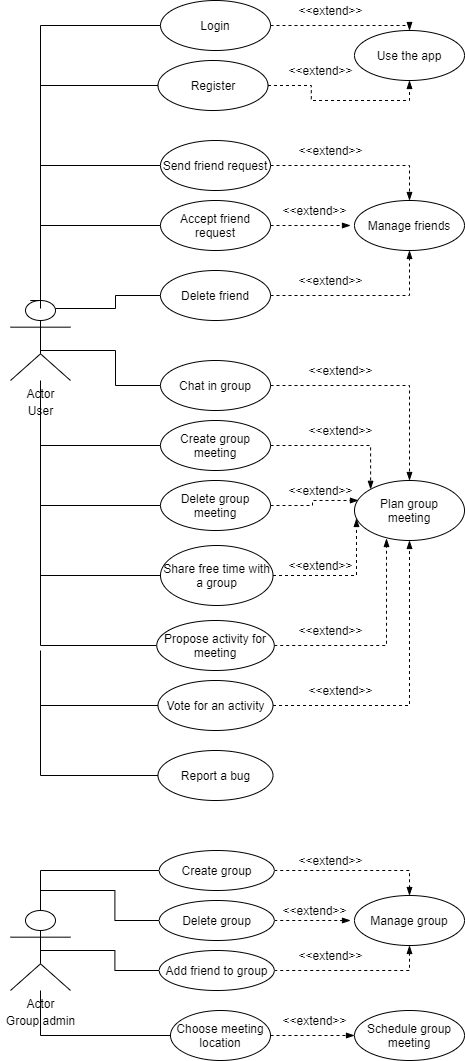
The draw.io diagram UML/uml.png in DreamUnibucTeam/FriendSync, before a commit. Source tidied: cells renumbered, new cells last; positions are measured from the earlier drawing's top-left corner, leaving out a move shared by most shapes.
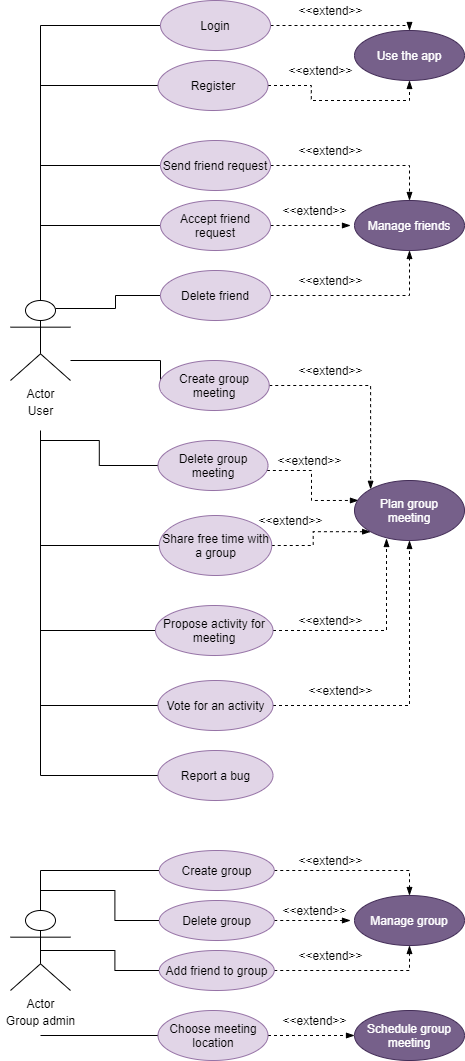
After the change.

What changed in the source:
```diff
@@ -2,11 +2,9 @@
   <root>
     <mxCell id="0" />
     <mxCell id="1" parent="0" />
-    <mxCell id="2" style="edgeStyle=orthogonalEdgeStyle;rounded=0;jettySize=auto;html=1;entryX=0;entryY=0.5;entryDx=0;entryDy=0;endArrow=none;endFill=0;" parent="1" edge="1" target="6">
+    <mxCell id="2" style="edgeStyle=orthogonalEdgeStyle;rounded=0;jettySize=auto;html=1;entryX=0;entryY=0.5;entryDx=0;entryDy=0;endArrow=none;endFill=0;exitX=0.5;exitY=0;exitDx=0;exitDy=0;exitPerimeter=0;" parent="1" edge="1" source="3" target="6">
       <mxGeometry relative="1" as="geometry">
-        <mxPoint x="30" y="300" as="sourcePoint" />
         <Array as="points">
-          <mxPoint x="40" y="300" />
           <mxPoint x="40" y="25" />
         </Array>
       </mxGeometry>
@@ -24,37 +22,32 @@
         </Array>
       </mxGeometry>
     </mxCell>
-    <mxCell id="6" value="Login" style="ellipse;whiteSpace=wrap;html=1;" parent="1" vertex="1">
+    <mxCell id="6" value="Login" style="ellipse;whiteSpace=wrap;html=1;fillColor=#e1d5e7;strokeColor=#9673a6;" parent="1" vertex="1">
       <mxGeometry x="160" width="110" height="50" as="geometry" />
     </mxCell>
     <mxCell id="7" style="edgeStyle=orthogonalEdgeStyle;rounded=0;jettySize=auto;html=1;exitX=0;exitY=0.5;exitDx=0;exitDy=0;endArrow=none;endFill=0;" parent="1" edge="1" source="9">
       <mxGeometry relative="1" as="geometry">
-        <mxPoint x="40" y="308" as="targetPoint" />
+        <mxPoint x="40" y="290" as="targetPoint" />
         <Array as="points">
           <mxPoint x="40" y="85" />
-          <mxPoint x="40" y="308" />
         </Array>
       </mxGeometry>
     </mxCell>
     <mxCell id="8" style="edgeStyle=orthogonalEdgeStyle;rounded=0;jettySize=auto;html=1;entryX=0.5;entryY=1;entryDx=0;entryDy=0;dashed=1;startArrow=none;startFill=0;endArrow=blockThin;endFill=1;" parent="1" edge="1" source="9" target="19">
       <mxGeometry relative="1" as="geometry" />
     </mxCell>
-    <mxCell id="9" value="Register" style="ellipse;whiteSpace=wrap;html=1;" parent="1" vertex="1">
+    <mxCell id="9" value="Register" style="ellipse;whiteSpace=wrap;html=1;fillColor=#e1d5e7;strokeColor=#9673a6;" parent="1" vertex="1">
       <mxGeometry x="157.5" y="60" width="110" height="50" as="geometry" />
     </mxCell>
-    <mxCell id="10" style="edgeStyle=orthogonalEdgeStyle;rounded=0;jettySize=auto;html=1;exitX=0;exitY=0.5;exitDx=0;exitDy=0;endArrow=none;endFill=0;" parent="1" edge="1" source="12">
-      <mxGeometry relative="1" as="geometry">
-        <mxPoint x="30" y="300" as="targetPoint" />
-        <Array as="points">
-          <mxPoint x="40" y="165" />
-          <mxPoint x="40" y="300" />
-        </Array>
-      </mxGeometry>
-    </mxCell>
     <mxCell id="11" style="edgeStyle=orthogonalEdgeStyle;rounded=0;jettySize=auto;html=1;entryX=0.5;entryY=0;entryDx=0;entryDy=0;dashed=1;startArrow=none;startFill=0;endArrow=blockThin;endFill=1;" parent="1" edge="1" source="12" target="20">
       <mxGeometry relative="1" as="geometry" />
     </mxCell>
+    <mxCell id="73" style="edgeStyle=orthogonalEdgeStyle;rounded=0;jettySize=auto;html=1;exitX=0;exitY=0.5;exitDx=0;exitDy=0;endArrow=none;endFill=0;" parent="1" edge="1" source="12">
+      <mxGeometry relative="1" as="geometry">
+        <mxPoint x="40" y="165" as="targetPoint" />
+      </mxGeometry>
+    </mxCell>
-    <mxCell id="12" value="Send friend request" style="ellipse;whiteSpace=wrap;html=1;" parent="1" vertex="1">
+    <mxCell id="12" value="Send friend request" style="ellipse;whiteSpace=wrap;html=1;fillColor=#e1d5e7;strokeColor=#9673a6;" parent="1" vertex="1">
       <mxGeometry x="160" y="140" width="110" height="50" as="geometry" />
     </mxCell>
     <mxCell id="13" style="edgeStyle=orthogonalEdgeStyle;rounded=0;jettySize=auto;html=1;exitX=0;exitY=0.5;exitDx=0;exitDy=0;entryX=0.5;entryY=0;entryDx=0;entryDy=0;entryPerimeter=0;endArrow=none;endFill=0;" parent="1" edge="1" source="15" target="3">
@@ -65,7 +58,7 @@
         <mxPoint x="350" y="225" as="targetPoint" />
       </mxGeometry>
     </mxCell>
-    <mxCell id="15" value="Accept friend request" style="ellipse;whiteSpace=wrap;html=1;" parent="1" vertex="1">
+    <mxCell id="15" value="Accept friend request" style="ellipse;whiteSpace=wrap;html=1;fillColor=#e1d5e7;strokeColor=#9673a6;" parent="1" vertex="1">
       <mxGeometry x="160" y="200" width="110" height="50" as="geometry" />
     </mxCell>
     <mxCell id="16" style="edgeStyle=orthogonalEdgeStyle;rounded=0;jettySize=auto;html=1;exitX=0;exitY=0.5;exitDx=0;exitDy=0;entryX=0.75;entryY=0.1;entryDx=0;entryDy=0;entryPerimeter=0;endArrow=none;endFill=0;" parent="1" edge="1" source="18" target="3">
@@ -74,43 +67,39 @@
     <mxCell id="17" style="edgeStyle=orthogonalEdgeStyle;rounded=0;jettySize=auto;html=1;entryX=0.5;entryY=1;entryDx=0;entryDy=0;dashed=1;startArrow=none;startFill=0;endArrow=blockThin;endFill=1;" parent="1" edge="1" source="18" target="20">
       <mxGeometry relative="1" as="geometry" />
     </mxCell>
-    <mxCell id="18" value="Delete friend" style="ellipse;whiteSpace=wrap;html=1;" parent="1" vertex="1">
+    <mxCell id="18" value="Delete friend" style="ellipse;whiteSpace=wrap;html=1;fillColor=#e1d5e7;strokeColor=#9673a6;" parent="1" vertex="1">
       <mxGeometry x="160" y="270" width="110" height="50" as="geometry" />
     </mxCell>
-    <mxCell id="19" value="Use the app" style="ellipse;whiteSpace=wrap;html=1;" parent="1" vertex="1">
+    <mxCell id="19" value="Use the app" style="ellipse;whiteSpace=wrap;html=1;fillColor=#76608a;strokeColor=#432D57;fontColor=#ffffff;" parent="1" vertex="1">
       <mxGeometry x="354" y="30" width="110" height="50" as="geometry" />
     </mxCell>
-    <mxCell id="20" value="Manage friends" style="ellipse;whiteSpace=wrap;html=1;" parent="1" vertex="1">
+    <mxCell id="20" value="Manage friends" style="ellipse;whiteSpace=wrap;html=1;fillColor=#76608a;strokeColor=#432D57;fontColor=#ffffff;" parent="1" vertex="1">
       <mxGeometry x="354" y="200" width="110" height="50" as="geometry" />
     </mxCell>
-    <mxCell id="21" style="edgeStyle=orthogonalEdgeStyle;rounded=0;jettySize=auto;html=1;exitX=0;exitY=0.5;exitDx=0;exitDy=0;entryX=0.5;entryY=0.625;entryDx=0;entryDy=0;entryPerimeter=0;endArrow=none;endFill=0;" parent="1" edge="1" source="23" target="3">
-      <mxGeometry relative="1" as="geometry" />
-    </mxCell>
-    <mxCell id="22" style="edgeStyle=orthogonalEdgeStyle;rounded=0;jettySize=auto;html=1;entryX=0.5;entryY=0;entryDx=0;entryDy=0;dashed=1;startArrow=none;startFill=0;endArrow=blockThin;endFill=1;" parent="1" edge="1" source="23" target="57">
-      <mxGeometry relative="1" as="geometry" />
-    </mxCell>
-    <mxCell id="23" value="Chat in group" style="ellipse;whiteSpace=wrap;html=1;" parent="1" vertex="1">
-      <mxGeometry x="160" y="360" width="110" height="50" as="geometry" />
-    </mxCell>
     <mxCell id="24" style="edgeStyle=orthogonalEdgeStyle;rounded=0;jettySize=auto;html=1;endArrow=none;endFill=0;" parent="1" edge="1" source="26">
       <mxGeometry relative="1" as="geometry">
-        <mxPoint x="40" y="490" as="targetPoint" />
+        <mxPoint x="40" y="430" as="targetPoint" />
       </mxGeometry>
     </mxCell>
-    <mxCell id="25" style="edgeStyle=orthogonalEdgeStyle;rounded=0;jettySize=auto;html=1;exitX=1;exitY=0.5;exitDx=0;exitDy=0;entryX=0.018;entryY=0.633;entryDx=0;entryDy=0;entryPerimeter=0;dashed=1;startArrow=none;startFill=0;endArrow=blockThin;endFill=1;" parent="1" edge="1" source="26" target="57">
+    <mxCell id="25" style="edgeStyle=orthogonalEdgeStyle;rounded=0;jettySize=auto;html=1;exitX=1;exitY=0.5;exitDx=0;exitDy=0;dashed=1;startArrow=none;startFill=0;endArrow=blockThin;endFill=1;entryX=0;entryY=1;entryDx=0;entryDy=0;" parent="1" edge="1" source="26" target="57">
       <mxGeometry relative="1" as="geometry" />
     </mxCell>
-    <mxCell id="26" value="Share free time with a group" style="ellipse;whiteSpace=wrap;html=1;" parent="1" vertex="1">
-      <mxGeometry x="160" y="545" width="112.5" height="60" as="geometry" />
+    <mxCell id="26" value="Share free time with a group" style="ellipse;whiteSpace=wrap;html=1;fillColor=#e1d5e7;strokeColor=#9673a6;" parent="1" vertex="1">
+      <mxGeometry x="158.8" y="515" width="112.5" height="60" as="geometry" />
     </mxCell>
     <mxCell id="27" style="edgeStyle=orthogonalEdgeStyle;rounded=0;jettySize=auto;html=1;exitX=0;exitY=0.5;exitDx=0;exitDy=0;endArrow=none;endFill=0;" parent="1" edge="1" source="29" target="3">
-      <mxGeometry relative="1" as="geometry" />
+      <mxGeometry relative="1" as="geometry">
+        <Array as="points">
+          <mxPoint x="160" y="385" />
+          <mxPoint x="160" y="360" />
+        </Array>
+      </mxGeometry>
     </mxCell>
     <mxCell id="28" style="edgeStyle=orthogonalEdgeStyle;rounded=0;jettySize=auto;html=1;exitX=1;exitY=0.5;exitDx=0;exitDy=0;entryX=0;entryY=0;entryDx=0;entryDy=0;dashed=1;startArrow=none;startFill=0;endArrow=blockThin;endFill=1;" parent="1" edge="1" source="29" target="57">
       <mxGeometry relative="1" as="geometry" />
     </mxCell>
-    <mxCell id="29" value="Create group meeting" style="ellipse;whiteSpace=wrap;html=1;" parent="1" vertex="1">
-      <mxGeometry x="160" y="420" width="110" height="50" as="geometry" />
+    <mxCell id="29" value="Create group meeting" style="ellipse;whiteSpace=wrap;html=1;fillColor=#e1d5e7;strokeColor=#9673a6;" parent="1" vertex="1">
+      <mxGeometry x="158.8" y="360" width="110" height="50" as="geometry" />
     </mxCell>
     <mxCell id="30" style="edgeStyle=orthogonalEdgeStyle;rounded=0;jettySize=auto;html=1;exitX=0;exitY=0.5;exitDx=0;exitDy=0;endArrow=none;endFill=0;" parent="1" edge="1" source="32">
       <mxGeometry relative="1" as="geometry">
@@ -118,48 +107,55 @@
       </mxGeometry>
     </mxCell>
     <mxCell id="31" style="edgeStyle=orthogonalEdgeStyle;rounded=0;jettySize=auto;html=1;entryX=0.036;entryY=0.333;entryDx=0;entryDy=0;entryPerimeter=0;dashed=1;startArrow=none;startFill=0;endArrow=blockThin;endFill=1;" parent="1" edge="1" source="32" target="57">
-      <mxGeometry relative="1" as="geometry" />
+      <mxGeometry relative="1" as="geometry">
+        <Array as="points">
+          <mxPoint x="311" y="470" />
+          <mxPoint x="311" y="500" />
+        </Array>
+      </mxGeometry>
     </mxCell>
-    <mxCell id="32" value="Delete group meeting" style="ellipse;whiteSpace=wrap;html=1;" parent="1" vertex="1">
-      <mxGeometry x="160" y="480" width="110" height="50" as="geometry" />
+    <mxCell id="32" value="Delete group meeting" style="ellipse;whiteSpace=wrap;html=1;fillColor=#e1d5e7;strokeColor=#9673a6;" parent="1" vertex="1">
+      <mxGeometry x="157.5" y="440" width="110" height="50" as="geometry" />
     </mxCell>
     <mxCell id="33" style="edgeStyle=orthogonalEdgeStyle;rounded=0;jettySize=auto;html=1;exitX=0;exitY=0.5;exitDx=0;exitDy=0;endArrow=none;endFill=0;" parent="1" edge="1" source="35">
       <mxGeometry relative="1" as="geometry">
-        <mxPoint x="40" y="570" as="targetPoint" />
+        <mxPoint x="40" y="540" as="targetPoint" />
       </mxGeometry>
     </mxCell>
     <mxCell id="34" style="edgeStyle=orthogonalEdgeStyle;rounded=0;jettySize=auto;html=1;entryX=0.291;entryY=0.967;entryDx=0;entryDy=0;entryPerimeter=0;dashed=1;startArrow=none;startFill=0;endArrow=blockThin;endFill=1;" parent="1" edge="1" source="35" target="57">
       <mxGeometry relative="1" as="geometry" />
     </mxCell>
-    <mxCell id="35" value="Propose activity for meeting" style="ellipse;whiteSpace=wrap;html=1;" parent="1" vertex="1">
-      <mxGeometry x="156.2" y="620" width="117.5" height="50" as="geometry" />
+    <mxCell id="35" value="Propose activity for meeting" style="ellipse;whiteSpace=wrap;html=1;fillColor=#e1d5e7;strokeColor=#9673a6;" parent="1" vertex="1">
+      <mxGeometry x="155" y="605" width="117.5" height="50" as="geometry" />
     </mxCell>
     <mxCell id="36" style="edgeStyle=orthogonalEdgeStyle;rounded=0;jettySize=auto;html=1;exitX=0;exitY=0.5;exitDx=0;exitDy=0;endArrow=none;endFill=0;" parent="1" edge="1" source="38">
       <mxGeometry relative="1" as="geometry">
-        <mxPoint x="40" y="650" as="targetPoint" />
+        <mxPoint x="40" y="620" as="targetPoint" />
       </mxGeometry>
     </mxCell>
     <mxCell id="37" style="edgeStyle=orthogonalEdgeStyle;rounded=0;jettySize=auto;html=1;entryX=0.5;entryY=1;entryDx=0;entryDy=0;dashed=1;startArrow=none;startFill=0;endArrow=blockThin;endFill=1;" parent="1" edge="1" source="38" target="57">
       <mxGeometry relative="1" as="geometry" />
     </mxCell>
-    <mxCell id="38" value="Vote for an activity" style="ellipse;whiteSpace=wrap;html=1;" parent="1" vertex="1">
+    <mxCell id="38" value="Vote for an activity" style="ellipse;whiteSpace=wrap;html=1;fillColor=#e1d5e7;strokeColor=#9673a6;" parent="1" vertex="1">
       <mxGeometry x="157.5" y="680" width="115" height="50" as="geometry" />
     </mxCell>
-    <mxCell id="39" style="edgeStyle=orthogonalEdgeStyle;rounded=0;jettySize=auto;html=1;endArrow=none;endFill=0;" parent="1" edge="1" source="41" target="44">
-      <mxGeometry relative="1" as="geometry" />
-    </mxCell>
     <mxCell id="40" style="edgeStyle=orthogonalEdgeStyle;rounded=0;jettySize=auto;html=1;entryX=0;entryY=0.5;entryDx=0;entryDy=0;dashed=1;startArrow=none;startFill=0;endArrow=blockThin;endFill=1;" parent="1" edge="1" source="41" target="56">
       <mxGeometry relative="1" as="geometry" />
     </mxCell>
+    <mxCell id="74" style="edgeStyle=orthogonalEdgeStyle;rounded=0;jettySize=auto;html=1;endArrow=none;endFill=0;" parent="1" edge="1" source="41">
+      <mxGeometry relative="1" as="geometry">
+        <mxPoint x="40" y="1035" as="targetPoint" />
+      </mxGeometry>
+    </mxCell>
-    <mxCell id="41" value="Choose meeting location" style="ellipse;whiteSpace=wrap;html=1;" parent="1" vertex="1">
-      <mxGeometry x="170" y="1010" width="100" height="50" as="geometry" />
+    <mxCell id="41" value="Choose meeting location" style="ellipse;whiteSpace=wrap;html=1;fillColor=#e1d5e7;strokeColor=#9673a6;" parent="1" vertex="1">
+      <mxGeometry x="157.5" y="1010" width="110" height="50" as="geometry" />
     </mxCell>
     <mxCell id="42" style="edgeStyle=orthogonalEdgeStyle;rounded=0;jettySize=auto;html=1;endArrow=none;endFill=0;" parent="1" edge="1" source="43">
       <mxGeometry relative="1" as="geometry">
         <mxPoint x="40" y="700" as="targetPoint" />
       </mxGeometry>
     </mxCell>
-    <mxCell id="43" value="Report a bug" style="ellipse;whiteSpace=wrap;html=1;" parent="1" vertex="1">
+    <mxCell id="43" value="Report a bug" style="ellipse;whiteSpace=wrap;html=1;fillColor=#e1d5e7;strokeColor=#9673a6;" parent="1" vertex="1">
       <mxGeometry x="157.5" y="750" width="115" height="50" as="geometry" />
     </mxCell>
     <mxCell id="44" value="Actor" style="shape=umlActor;verticalLabelPosition=bottom;verticalAlign=top;html=1;" parent="1" vertex="1">
@@ -174,7 +170,7 @@
     <mxCell id="47" style="edgeStyle=orthogonalEdgeStyle;rounded=0;jettySize=auto;html=1;exitX=1;exitY=0.5;exitDx=0;exitDy=0;entryX=0.5;entryY=0;entryDx=0;entryDy=0;dashed=1;startArrow=none;startFill=0;endArrow=blockThin;endFill=1;" parent="1" edge="1" source="48" target="55">
       <mxGeometry relative="1" as="geometry" />
     </mxCell>
-    <mxCell id="48" value="Create group" style="ellipse;whiteSpace=wrap;html=1;" parent="1" vertex="1">
+    <mxCell id="48" value="Create group" style="ellipse;whiteSpace=wrap;html=1;fillColor=#e1d5e7;strokeColor=#9673a6;" parent="1" vertex="1">
       <mxGeometry x="158.8" y="850" width="115" height="40" as="geometry" />
     </mxCell>
     <mxCell id="49" style="edgeStyle=orthogonalEdgeStyle;rounded=0;jettySize=auto;html=1;entryX=0.5;entryY=0;entryDx=0;entryDy=0;entryPerimeter=0;endArrow=none;endFill=0;" parent="1" edge="1" source="51" target="44">
@@ -185,7 +181,7 @@
         <mxPoint x="350" y="920" as="targetPoint" />
       </mxGeometry>
     </mxCell>
-    <mxCell id="51" value="Delete group" style="ellipse;whiteSpace=wrap;html=1;" parent="1" vertex="1">
+    <mxCell id="51" value="Delete group" style="ellipse;whiteSpace=wrap;html=1;fillColor=#e1d5e7;strokeColor=#9673a6;" parent="1" vertex="1">
       <mxGeometry x="158.8" y="900" width="115" height="40" as="geometry" />
     </mxCell>
     <mxCell id="52" style="edgeStyle=orthogonalEdgeStyle;rounded=0;jettySize=auto;html=1;exitX=0;exitY=0.5;exitDx=0;exitDy=0;entryX=0.5;entryY=0.5;entryDx=0;entryDy=0;entryPerimeter=0;endArrow=none;endFill=0;" parent="1" edge="1" source="54" target="44">
@@ -194,16 +190,16 @@
     <mxCell id="53" style="edgeStyle=orthogonalEdgeStyle;rounded=0;jettySize=auto;html=1;entryX=0.5;entryY=1;entryDx=0;entryDy=0;dashed=1;startArrow=none;startFill=0;endArrow=blockThin;endFill=1;" parent="1" edge="1" source="54" target="55">
       <mxGeometry relative="1" as="geometry" />
     </mxCell>
-    <mxCell id="54" value="Add friend to group" style="ellipse;whiteSpace=wrap;html=1;" parent="1" vertex="1">
+    <mxCell id="54" value="Add friend to group" style="ellipse;whiteSpace=wrap;html=1;fillColor=#e1d5e7;strokeColor=#9673a6;" parent="1" vertex="1">
       <mxGeometry x="158.8" y="950" width="115" height="40" as="geometry" />
     </mxCell>
-    <mxCell id="55" value="Manage group" style="ellipse;whiteSpace=wrap;html=1;" parent="1" vertex="1">
+    <mxCell id="55" value="Manage group" style="ellipse;whiteSpace=wrap;html=1;fillColor=#76608a;strokeColor=#432D57;fontColor=#ffffff;" parent="1" vertex="1">
       <mxGeometry x="354" y="895" width="110" height="50" as="geometry" />
     </mxCell>
-    <mxCell id="56" value="Schedule group meeting" style="ellipse;whiteSpace=wrap;html=1;" parent="1" vertex="1">
+    <mxCell id="56" value="Schedule group meeting" style="ellipse;whiteSpace=wrap;html=1;fillColor=#76608a;strokeColor=#432D57;fontColor=#ffffff;" parent="1" vertex="1">
       <mxGeometry x="354" y="1010" width="110" height="50" as="geometry" />
     </mxCell>
-    <mxCell id="57" value="Plan group&lt;br&gt;meeting" style="ellipse;whiteSpace=wrap;html=1;" parent="1" vertex="1">
+    <mxCell id="57" value="Plan group&lt;br&gt;meeting" style="ellipse;whiteSpace=wrap;html=1;fillColor=#76608a;strokeColor=#432D57;fontColor=#ffffff;" parent="1" vertex="1">
       <mxGeometry x="354" y="480" width="110" height="60" as="geometry" />
     </mxCell>
     <mxCell id="58" value="&amp;lt;&amp;lt;extend&amp;gt;&amp;gt;" style="text;html=1;align=center;verticalAlign=middle;strokeColor=none;" parent="1" vertex="1">
@@ -221,20 +217,17 @@
     <mxCell id="62" value="&amp;lt;&amp;lt;extend&amp;gt;&amp;gt;" style="text;html=1;align=center;verticalAlign=middle;strokeColor=none;" parent="1" vertex="1">
       <mxGeometry x="290" y="270" width="80" height="20" as="geometry" />
     </mxCell>
-    <mxCell id="63" value="&amp;lt;&amp;lt;extend&amp;gt;&amp;gt;" style="text;html=1;align=center;verticalAlign=middle;strokeColor=none;" parent="1" vertex="1">
-      <mxGeometry x="300" y="360" width="80" height="20" as="geometry" />
-    </mxCell>
     <mxCell id="64" value="&amp;lt;&amp;lt;extend&amp;gt;&amp;gt;" style="text;html=1;align=center;verticalAlign=middle;strokeColor=none;" parent="1" vertex="1">
-      <mxGeometry x="300" y="420" width="80" height="20" as="geometry" />
+      <mxGeometry x="290" y="360" width="80" height="20" as="geometry" />
     </mxCell>
     <mxCell id="65" value="&amp;lt;&amp;lt;extend&amp;gt;&amp;gt;" style="text;html=1;align=center;verticalAlign=middle;strokeColor=none;" parent="1" vertex="1">
-      <mxGeometry x="280" y="480" width="80" height="20" as="geometry" />
+      <mxGeometry x="268.8" y="450" width="80" height="20" as="geometry" />
     </mxCell>
     <mxCell id="66" value="&amp;lt;&amp;lt;extend&amp;gt;&amp;gt;" style="text;html=1;align=center;verticalAlign=middle;strokeColor=none;" parent="1" vertex="1">
-      <mxGeometry x="280" y="555" width="80" height="20" as="geometry" />
+      <mxGeometry x="250" y="510" width="80" height="20" as="geometry" />
     </mxCell>
     <mxCell id="67" value="&amp;lt;&amp;lt;extend&amp;gt;&amp;gt;" style="text;html=1;align=center;verticalAlign=middle;strokeColor=none;" parent="1" vertex="1">
-      <mxGeometry x="290" y="620" width="80" height="20" as="geometry" />
+      <mxGeometry x="290" y="610" width="80" height="20" as="geometry" />
     </mxCell>
     <mxCell id="68" value="&amp;lt;&amp;lt;extend&amp;gt;&amp;gt;" style="text;html=1;align=center;verticalAlign=middle;strokeColor=none;" parent="1" vertex="1">
       <mxGeometry x="300" y="680" width="80" height="20" as="geometry" />
```
